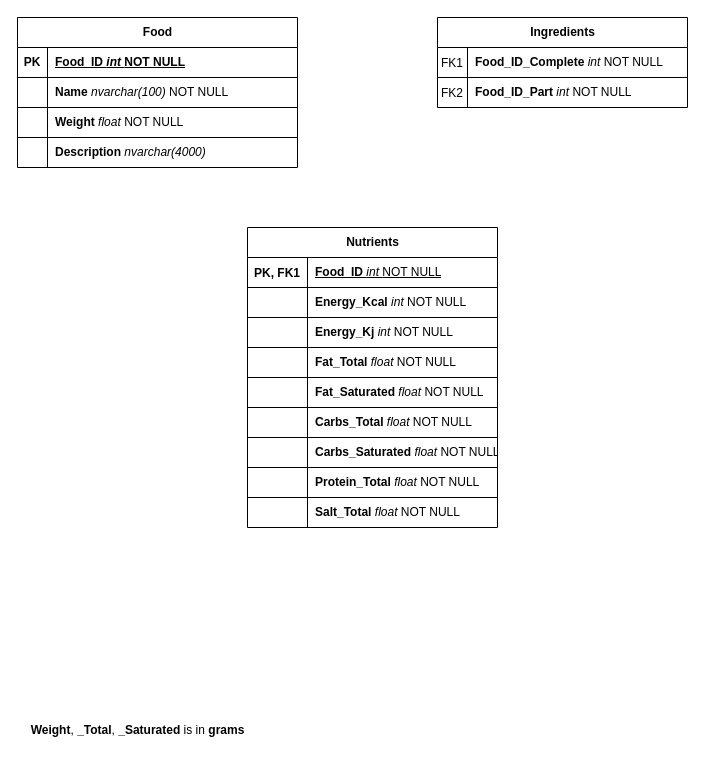
Before: docs/Database/Database Food.drawio in dod0lp/Food-Database, a draw.io diagram. Source tidied: cells renumbered, new cells numbered last; positions are measured from the earlier drawing's top-left corner, leaving out a move shared by most shapes. Both pictures are drawn from the tidied source at 100%, with x=0, y=0 at pixel (17, 17).
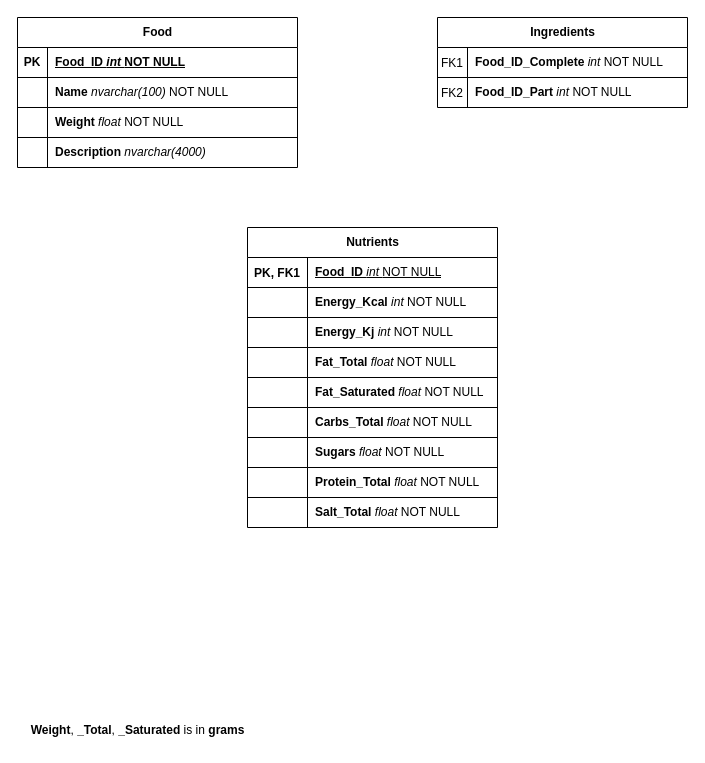
Above is the later version.

Commit message (it also covers changes not shown here):
Added description of data, fixed typo in ER diagram

Unchanged cells that the change refers to:
```xml
<mxCell id="28" style="shape=partialRectangle;fillColor=none;top=0;left=0;right=0;bottom=0;" parent="9" vertex="1">
  <mxGeometry y="210" width="250" height="30" as="geometry" />
</mxCell>
```

Change to the diagram source:
```diff
@@
-    <mxCell id="30" value="&lt;b&gt;Carbs_Saturated &lt;/b&gt;&lt;i&gt;float &lt;/i&gt;NOT NULL" style="shape=partialRectangle;overflow=hidden;fillColor=none;top=0;left=0;bottom=0;right=0;align=left;spacingLeft=6;html=1;" parent="28" vertex="1">
+    <mxCell id="30" value="&lt;b&gt;Sugars&amp;nbsp;&lt;/b&gt;&lt;i&gt;float &lt;/i&gt;NOT NULL" style="shape=partialRectangle;overflow=hidden;fillColor=none;top=0;left=0;bottom=0;right=0;align=left;spacingLeft=6;html=1;" parent="28" vertex="1">
       <mxGeometry x="60" width="190" height="30" as="geometry" />
     </mxCell>
```
